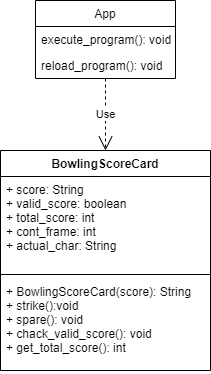
Above: DDD/UML/UML_Diagram_bowling_kata.png in MateoGarciaG/Bowling_Game_Kata (draw.io), before the change. Source tidied: cells renumbered, new cells last; positions are measured from the earlier drawing's top-left corner, leaving out a move shared by most shapes.
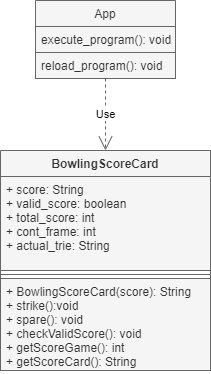
Above is the later version.

Commit message:
docs: :memo: Se ha actualizado el Modelo de Dominio y el Diagrama UML

The edit, as a diff of the source:
```diff
@@ -1,29 +1,29 @@
-<mxGraphModel>
+<mxGraphModel background="#ffffff">
   <root>
     <mxCell id="0" />
     <mxCell id="1" parent="0" />
-    <mxCell id="2" value="BowlingScoreCard" style="swimlane;fontStyle=1;align=center;verticalAlign=top;horizontal=1;startSize=26;" parent="1" vertex="1">
+    <mxCell id="2" value="BowlingScoreCard" style="swimlane;fontStyle=1;align=center;verticalAlign=top;horizontal=1;startSize=26;fillColor=#f5f5f5;strokeColor=#666666;fontColor=#333333;" parent="1" vertex="1">
       <mxGeometry y="150" width="210" height="220" as="geometry" />
     </mxCell>
-    <mxCell id="3" value="+ score: String&#10;+ valid_score: boolean&#10;+ total_score: int&#10;+ cont_frame: int&#10;+ actual_char: String" style="text;strokeColor=none;fillColor=none;align=left;verticalAlign=top;spacingLeft=4;spacingRight=4;overflow=hidden;" parent="2" vertex="1">
+    <mxCell id="3" value="+ score: String&#10;+ valid_score: boolean&#10;+ total_score: int&#10;+ cont_frame: int&#10;+ actual_trie: String" style="text;strokeColor=#666666;fillColor=#f5f5f5;align=left;verticalAlign=top;spacingLeft=4;spacingRight=4;overflow=hidden;fontColor=#333333;" parent="2" vertex="1">
       <mxGeometry y="26" width="210" height="94" as="geometry" />
     </mxCell>
-    <mxCell id="4" style="line;strokeWidth=1;fillColor=none;align=left;verticalAlign=middle;spacingTop=-1;spacingLeft=3;spacingRight=3;labelPosition=right;" parent="2" vertex="1">
+    <mxCell id="4" style="line;strokeWidth=1;fillColor=#f5f5f5;align=left;verticalAlign=middle;spacingTop=-1;spacingLeft=3;spacingRight=3;labelPosition=right;strokeColor=#666666;fontColor=#333333;" parent="2" vertex="1">
       <mxGeometry y="120" width="210" height="8" as="geometry" />
     </mxCell>
-    <mxCell id="5" value="+ BowlingScoreCard(score): String&#10;+ strike():void&#10;+ spare(): void&#10;+ chack_valid_score(): void&#10;+ get_total_score(): int" style="text;strokeColor=none;fillColor=none;align=left;verticalAlign=top;spacingLeft=4;spacingRight=4;overflow=hidden;" parent="2" vertex="1">
+    <mxCell id="5" value="+ BowlingScoreCard(score): String&#10;+ strike():void&#10;+ spare(): void&#10;+ checkValidScore(): void&#10;+ getScoreGame(): int&#10;+ getScoreCard(): String" style="text;strokeColor=#666666;fillColor=#f5f5f5;align=left;verticalAlign=top;spacingLeft=4;spacingRight=4;overflow=hidden;fontColor=#333333;" parent="2" vertex="1">
       <mxGeometry y="128" width="210" height="92" as="geometry" />
     </mxCell>
-    <mxCell id="6" value="App" style="swimlane;fontStyle=0;horizontal=1;startSize=26;fillColor=none;" parent="1" vertex="1">
+    <mxCell id="6" value="App" style="swimlane;fontStyle=0;horizontal=1;startSize=26;fillColor=#f5f5f5;strokeColor=#666666;fontColor=#333333;" parent="1" vertex="1">
       <mxGeometry x="35" width="140" height="78" as="geometry" />
     </mxCell>
-    <mxCell id="7" value="execute_program(): void" style="text;strokeColor=none;fillColor=none;align=left;verticalAlign=top;spacingLeft=4;spacingRight=4;overflow=hidden;" parent="6" vertex="1">
+    <mxCell id="7" value="execute_program(): void" style="text;strokeColor=#666666;fillColor=#f5f5f5;align=left;verticalAlign=top;spacingLeft=4;spacingRight=4;overflow=hidden;fontColor=#333333;" parent="6" vertex="1">
       <mxGeometry y="26" width="140" height="26" as="geometry" />
     </mxCell>
-    <mxCell id="8" value="reload_program(): void" style="text;strokeColor=none;fillColor=none;align=left;verticalAlign=top;spacingLeft=4;spacingRight=4;overflow=hidden;points=[[0,0.5],[1,0.5]];portConstraint=eastwest;" parent="6" vertex="1">
+    <mxCell id="8" value="reload_program(): void" style="text;strokeColor=#666666;fillColor=#f5f5f5;align=left;verticalAlign=top;spacingLeft=4;spacingRight=4;overflow=hidden;points=[[0,0.5],[1,0.5]];portConstraint=eastwest;fontColor=#333333;" parent="6" vertex="1">
       <mxGeometry y="52" width="140" height="26" as="geometry" />
     </mxCell>
-    <mxCell id="9" value="Use" style="endArrow=open;endSize=12;dashed=1;html=1;entryX=0.5;entryY=0;entryDx=0;entryDy=0;exitX=0.5;exitY=1;exitDx=0;exitDy=0;exitPerimeter=0;" parent="1" edge="1" source="8" target="2">
+    <mxCell id="9" value="Use" style="endArrow=open;endSize=12;dashed=1;html=1;entryX=0.5;entryY=0;entryDx=0;entryDy=0;exitX=0.5;exitY=1;exitDx=0;exitDy=0;exitPerimeter=0;fillColor=#f5f5f5;strokeColor=#666666;" parent="1" edge="1" source="8" target="2">
       <mxGeometry relative="1" as="geometry" />
     </mxCell>
   </root>
```
